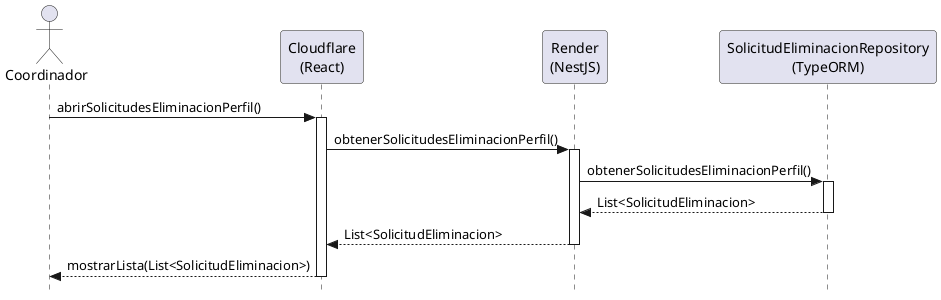
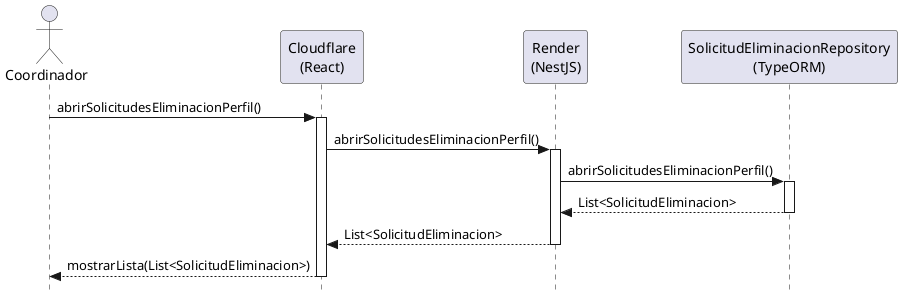
@startuml abrirSolicitudesEliminacionPerfil-diseño
skinparam style strictuml
skinparam backgroundColor white
skinparam shadowing false

actor Coordinador
participant "Cloudflare\n(React)" as View
participant "Render\n(NestJS)" as Controller
participant "SolicitudEliminacionRepository\n(TypeORM)" as Repo

Coordinador -> View: abrirSolicitudesEliminacionPerfil()
activate View

- View -> Controller: obtenerSolicitudesEliminacionPerfil()
+ View -> Controller: abrirSolicitudesEliminacionPerfil()
activate Controller

- Controller -> Repo: obtenerSolicitudesEliminacionPerfil()
+ Controller -> Repo: abrirSolicitudesEliminacionPerfil()
activate Repo

Repo --> Controller: List<SolicitudEliminacion>
deactivate Repo

Controller --> View: List<SolicitudEliminacion>
deactivate Controller

View --> Coordinador: mostrarLista(List<SolicitudEliminacion>)
deactivate View
- @enduml+ @enduml
